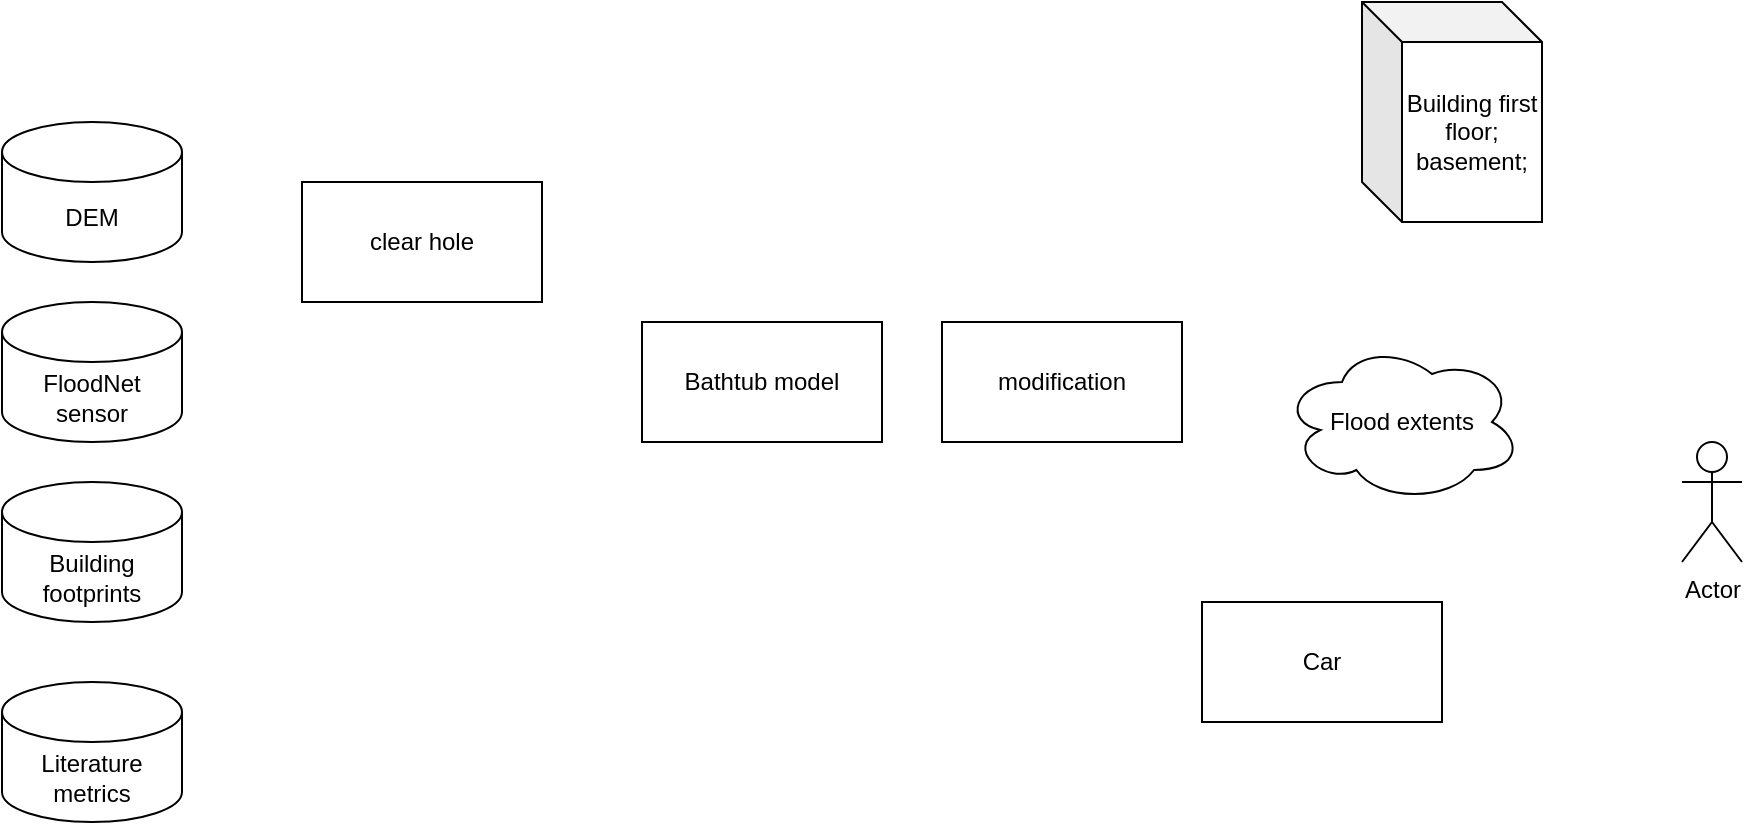
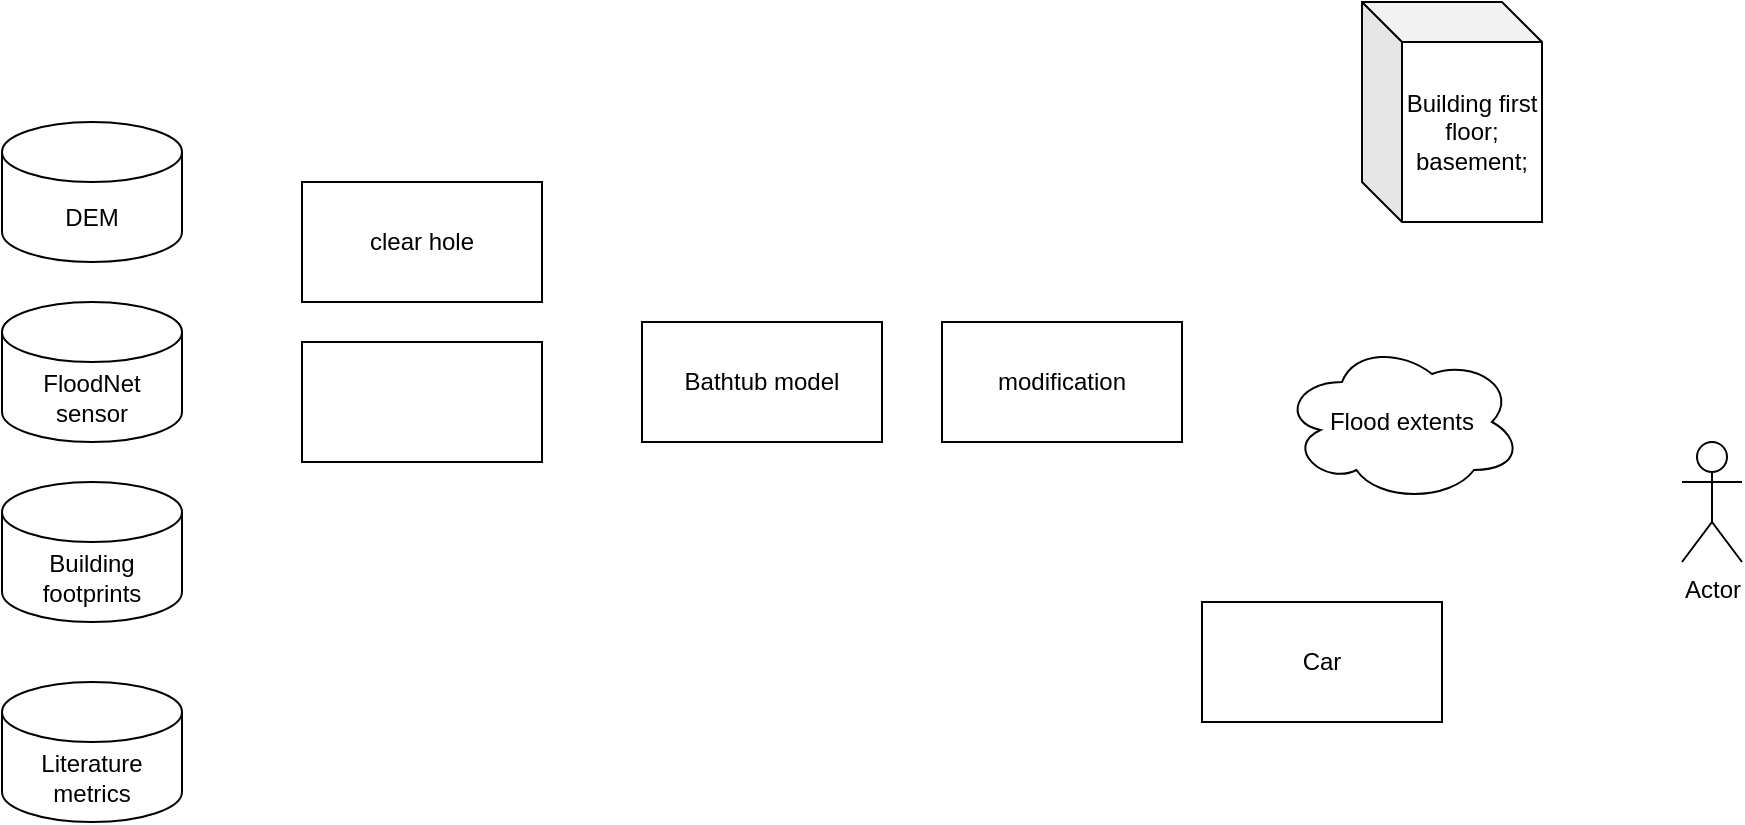
<mxfile host="app.diagrams.net">
  <diagram name="第 1 页" id="rrjs3x73q6XKG6Un8orv">
    <mxGraphModel dx="2325" dy="393" grid="1" gridSize="10" guides="1" tooltips="1" connect="1" arrows="1" fold="1" page="1" pageScale="1" pageWidth="827" pageHeight="1169" math="0" shadow="0">
      <root>
        <mxCell id="0" />
        <mxCell id="1" parent="0" />
        <mxCell id="wsXrPMJaeRBQqD8lpksv-2" parent="1" style="shape=cylinder3;whiteSpace=wrap;html=1;boundedLbl=1;backgroundOutline=1;size=15;" value="DEM" vertex="1">
          <mxGeometry height="70" width="90" x="-110" y="180" as="geometry" />
        </mxCell>
        <mxCell id="wsXrPMJaeRBQqD8lpksv-3" parent="1" style="shape=cylinder3;whiteSpace=wrap;html=1;boundedLbl=1;backgroundOutline=1;size=15;" value="FloodNet sensor" vertex="1">
          <mxGeometry height="70" width="90" x="-110" y="270" as="geometry" />
        </mxCell>
        <mxCell id="wsXrPMJaeRBQqD8lpksv-4" parent="1" style="rounded=0;whiteSpace=wrap;html=1;" value="Bathtub model" vertex="1">
          <mxGeometry height="60" width="120" x="210" y="280" as="geometry" />
        </mxCell>
        <mxCell id="wsXrPMJaeRBQqD8lpksv-5" parent="1" style="rounded=0;whiteSpace=wrap;html=1;" value="modification" vertex="1">
          <mxGeometry height="60" width="120" x="360" y="280" as="geometry" />
        </mxCell>
        <mxCell id="wsXrPMJaeRBQqD8lpksv-6" parent="1" style="shape=cylinder3;whiteSpace=wrap;html=1;boundedLbl=1;backgroundOutline=1;size=15;" value="Building footprints" vertex="1">
          <mxGeometry height="70" width="90" x="-110" y="360" as="geometry" />
        </mxCell>
        <mxCell id="wsXrPMJaeRBQqD8lpksv-7" parent="1" style="shape=cylinder3;whiteSpace=wrap;html=1;boundedLbl=1;backgroundOutline=1;size=15;" value="Literature metrics" vertex="1">
          <mxGeometry height="70" width="90" x="-110" y="460" as="geometry" />
        </mxCell>
        <mxCell id="wsXrPMJaeRBQqD8lpksv-9" parent="1" style="ellipse;shape=cloud;whiteSpace=wrap;html=1;" value="Flood extents" vertex="1">
          <mxGeometry height="80" width="120" x="530" y="290" as="geometry" />
        </mxCell>
        <mxCell id="wsXrPMJaeRBQqD8lpksv-10" parent="1" style="shape=cube;whiteSpace=wrap;html=1;boundedLbl=1;backgroundOutline=1;darkOpacity=0.05;darkOpacity2=0.1;" value="Building first floor;&lt;div&gt;basement;&lt;/div&gt;" vertex="1">
          <mxGeometry height="110" width="90" x="570" y="120" as="geometry" />
        </mxCell>
        <mxCell id="wsXrPMJaeRBQqD8lpksv-12" parent="1" style="rounded=0;whiteSpace=wrap;html=1;" value="Car" vertex="1">
          <mxGeometry height="60" width="120" x="490" y="420" as="geometry" />
        </mxCell>
        <mxCell id="wsXrPMJaeRBQqD8lpksv-13" parent="1" style="shape=umlActor;verticalLabelPosition=bottom;verticalAlign=top;html=1;outlineConnect=0;" value="Actor" vertex="1">
          <mxGeometry height="60" width="30" x="730" y="340" as="geometry" />
        </mxCell>
        <mxCell id="wsXrPMJaeRBQqD8lpksv-16" parent="1" style="rounded=0;whiteSpace=wrap;html=1;" value="clear hole" vertex="1">
          <mxGeometry height="60" width="120" x="40" y="210" as="geometry" />
        </mxCell>
+         <mxCell id="wsXrPMJaeRBQqD8lpksv-17" parent="1" style="rounded=0;whiteSpace=wrap;html=1;" value="" vertex="1">
+           <mxGeometry height="60" width="120" x="40" y="290" as="geometry" />
+         </mxCell>
      </root>
    </mxGraphModel>
  </diagram>
</mxfile>
